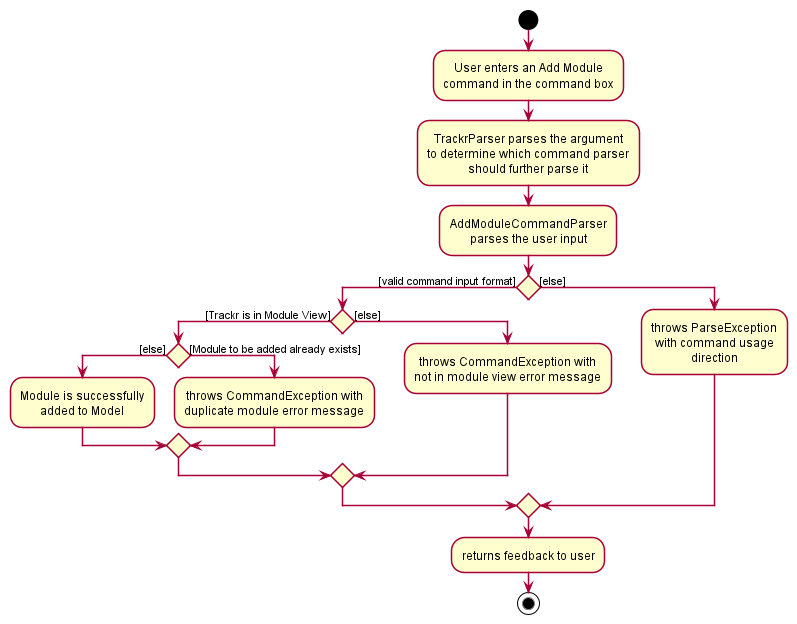
Before: docs/images/AddCommandActivityDiagram.png, a diagram exported from PlantUML (nus-cs2103-AY2021S1/tp). Its diagram source:
```plantuml
@startuml








skinparam BackgroundColor #FFFFFFF

skinparam Shadowing false

skinparam Class {
    FontColor #FFFFFF
    BorderThickness 1
    BorderColor #FFFFFF
    StereotypeFontColor #FFFFFF
    FontName Arial
}

skinparam Actor {
    BorderColor #000000
    Color #000000
    FontName Arial
}

skinparam Sequence {
    MessageAlign center
    BoxFontSize 15
    BoxPadding 0
    BoxFontColor #FFFFFF
    FontName Arial
}

skinparam Participant {
    FontColor #FFFFFFF
    Padding 20
}

skinparam MinClassWidth 50
skinparam ParticipantPadding 10
skinparam Shadowing false
skinparam DefaultTextAlignment center
skinparam packageStyle Rectangle

hide footbox
hide members
hide circle

start

:User enters an Add Module
command in the command box;

:TrackrParser parses the argument
to determine which command parser
should further parse it;

:AddModuleCommandParser
parses the user input;

if () then ([valid command input format])
        if () then ([Trackr is in Module View])
            if () then ([else])
                :Module is successfully
                added to Model;
            else ([Module to be added already exists])
                :throws CommandException with
                duplicate module error message;
            endif
        else ([else])
            :throws CommandException with
            not in module view error message;
        endif
else ([else])
    :throws ParseException
    with command usage
    direction;
endif
:returns feedback to user;

stop

@enduml
```
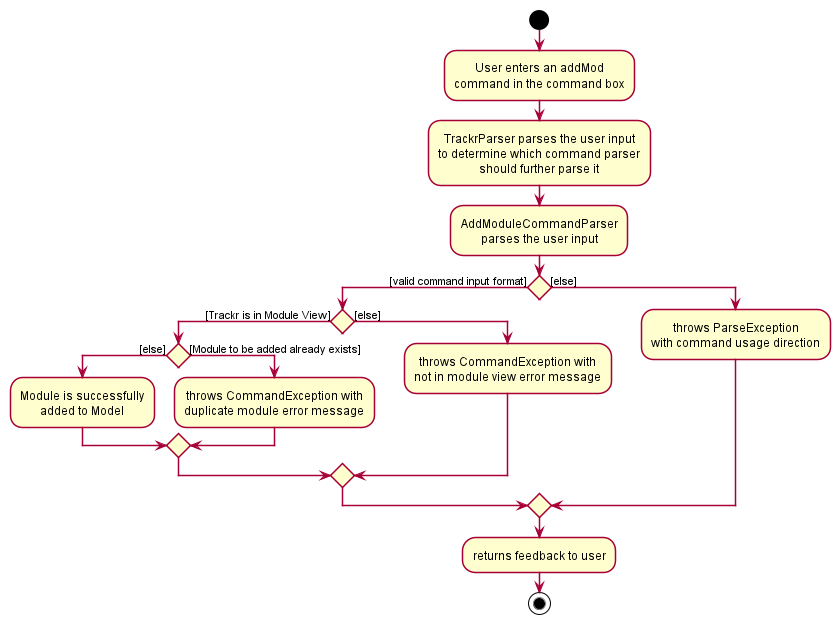
Later version of the same file.

Diff of the diagram source:
```diff
@@ -50,10 +50,10 @@
 
 start
 
-:User enters an Add Module
+:User enters an addMod
 command in the command box;
 
-:TrackrParser parses the argument
+:TrackrParser parses the user input
 to determine which command parser
 should further parse it;
 
@@ -75,11 +75,9 @@
         endif
 else ([else])
     :throws ParseException
-    with command usage
-    direction;
+    with command usage direction;
 endif
 :returns feedback to user;
 
 stop
-
 @enduml
```
